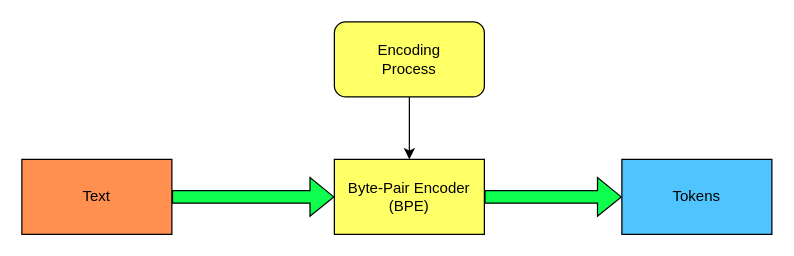
Earlier version of the draw.io diagram diagrams/Tokenization.drawio (aviralksingh/Transformers_Lecture). Source tidied: cells renumbered, new cells numbered last; positions are measured from the earlier drawing's top-left corner, leaving out a move shared by most shapes. Both pictures are drawn from the tidied source at 125%, with x=0, y=0 at pixel (21, 21).
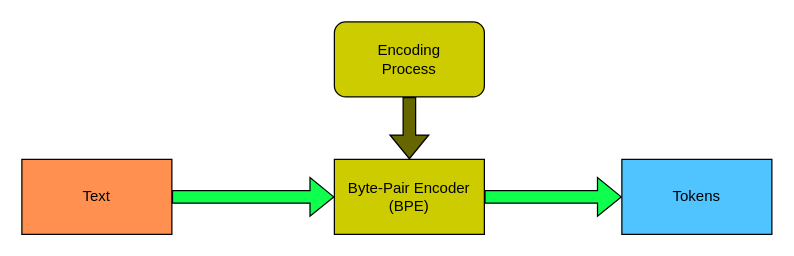
The same diagram, later.

What changed in the source:
```diff
@@
 <mxGraphModel>
   <root>
     <mxCell id="0" />
     <mxCell id="1" parent="0" />
     <mxCell id="2" value="Text" style="rounded=0;whiteSpace=wrap;html=1;fillColor=#FF904F;" parent="1" vertex="1">
       <mxGeometry y="110" width="120" height="60" as="geometry" />
     </mxCell>
-    <mxCell id="3" value="Byte-Pair Encoder (BPE)" style="rounded=0;whiteSpace=wrap;html=1;fillColor=#FFFF66;" parent="1" vertex="1">
+    <mxCell id="3" value="Byte-Pair Encoder (BPE)" style="rounded=0;whiteSpace=wrap;html=1;fillColor=#CCCC00;" parent="1" vertex="1">
       <mxGeometry x="250" y="110" width="120" height="60" as="geometry" />
     </mxCell>
     <mxCell id="4" value="Tokens" style="rounded=0;whiteSpace=wrap;html=1;fillColor=#4FC4FF;" parent="1" vertex="1">
       <mxGeometry x="480" y="110" width="120" height="60" as="geometry" />
     </mxCell>
     <mxCell id="5" style="shape=flexArrow;endArrow=classic;html=1;rounded=0;exitX=1;exitY=0.5;exitDx=0;exitDy=0;entryX=0;entryY=0.5;entryDx=0;entryDy=0;fillColor=#0FFF4F;" parent="1" edge="1" source="3" target="4">
       <mxGeometry relative="1" as="geometry" />
     </mxCell>
     <mxCell id="6" style="shape=flexArrow;endArrow=classic;html=1;rounded=0;entryX=0;entryY=0.5;entryDx=0;entryDy=0;fillColor=#0FFF4F;" parent="1" edge="1" source="2" target="3">
       <mxGeometry relative="1" as="geometry" />
     </mxCell>
+    <mxCell id="8" value="Encoding &lt;br&gt;Process" style="rounded=1;whiteSpace=wrap;html=1;fillColor=#CCCC00;" parent="1" vertex="1">
+      <mxGeometry x="250" width="120" height="60" as="geometry" />
+    </mxCell>
-    <mxCell id="7" style="edgeStyle=orthogonalEdgeStyle;rounded=0;jettySize=auto;html=1;exitX=0.5;exitY=1;exitDx=0;exitDy=0;entryX=0.5;entryY=0;entryDx=0;entryDy=0;" parent="1" edge="1" source="8" target="3">
+    <mxCell id="7" style="shape=flexArrow;endArrow=classic;html=1;rounded=0;entryX=0.5;entryY=0;entryDx=0;entryDy=0;fillColor=#666600;" parent="1" edge="1" source="8" target="3">
       <mxGeometry relative="1" as="geometry" />
     </mxCell>
-    <mxCell id="8" value="Encoding &lt;br&gt;Process" style="rounded=1;whiteSpace=wrap;html=1;fillColor=#FFFF66;" parent="1" vertex="1">
-      <mxGeometry x="250" width="120" height="60" as="geometry" />
-    </mxCell>
   </root>
 </mxGraphModel>
```
